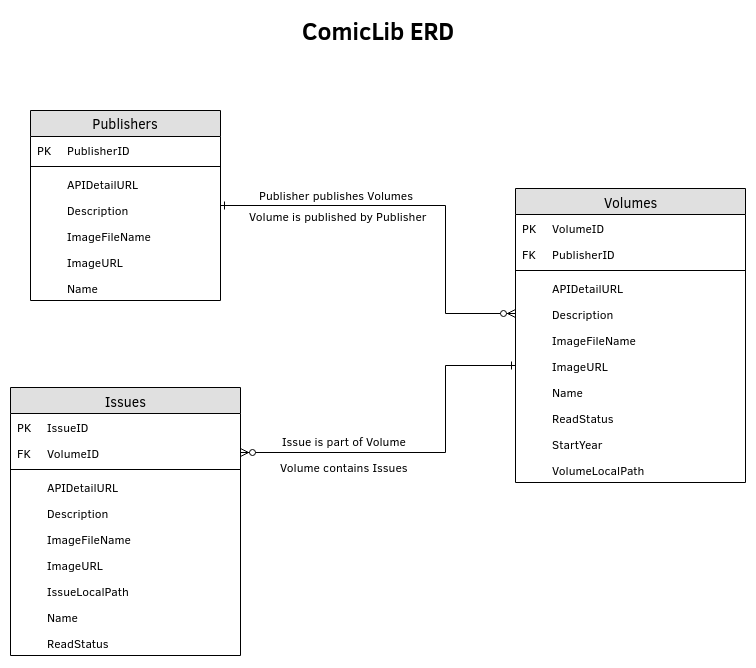
Above: Documentation/ERD.png in ahahn94/ComicLib (draw.io), before the change. Source tidied: cells renumbered, new cells last; positions are measured from the earlier drawing's top-left corner, leaving out a move shared by most shapes. The source it was exported from:
```xml
<mxGraphModel background="#ffffff">
  <root>
    <mxCell id="0" />
    <mxCell id="1" parent="0" />
    <mxCell id="2" value="Volumes" style="swimlane;html=1;fontStyle=0;horizontal=1;startSize=26;fillColor=#e0e0e0;swimlaneFillColor=#ffffff;align=center;rounded=0;shadow=0;comic=0;labelBackgroundColor=none;strokeColor=#000000;strokeWidth=1;fontFamily=Verdana;fontSize=14;fontColor=#000000;" parent="1" vertex="1">
      <mxGeometry x="505" y="178" width="230" height="294" as="geometry" />
    </mxCell>
    <mxCell id="3" value="VolumeID" style="shape=partialRectangle;top=0;left=0;right=0;bottom=0;fillColor=none;align=left;verticalAlign=top;fillColor=none;spacingLeft=34;spacingRight=4;overflow=hidden;fontSize=12;" parent="2" vertex="1">
      <mxGeometry y="26" width="230" height="26" as="geometry" />
    </mxCell>
    <mxCell id="4" value="PK" style="shape=partialRectangle;top=0;left=0;bottom=0;right=0;fillColor=none;align=left;verticalAlign=top;spacingLeft=4;spacingRight=4;overflow=hidden;fontSize=12;" parent="3" vertex="1">
      <mxGeometry width="30" height="26" as="geometry" />
    </mxCell>
    <mxCell id="5" value="PublisherID" style="shape=partialRectangle;top=0;left=0;right=0;bottom=0;fillColor=none;align=left;verticalAlign=top;fillColor=none;spacingLeft=34;spacingRight=4;overflow=hidden;fontSize=12;" parent="2" vertex="1">
      <mxGeometry y="52" width="230" height="26" as="geometry" />
    </mxCell>
    <mxCell id="6" value="FK" style="shape=partialRectangle;top=0;left=0;bottom=0;right=0;fillColor=none;align=left;verticalAlign=top;spacingLeft=4;spacingRight=4;overflow=hidden;fontSize=12;" parent="5" vertex="1">
      <mxGeometry width="30" height="26" as="geometry" />
    </mxCell>
    <mxCell id="7" style="line;strokeWidth=1;fillColor=none;align=left;verticalAlign=middle;spacingTop=-1;spacingLeft=3;spacingRight=3;labelPosition=right;fontSize=12;" parent="2" vertex="1">
      <mxGeometry y="78" width="230" height="8" as="geometry" />
    </mxCell>
    <mxCell id="8" value="APIDetailURL&#10;" style="shape=partialRectangle;top=0;left=0;right=0;bottom=0;align=left;verticalAlign=top;fillColor=none;spacingLeft=34;spacingRight=4;overflow=hidden;fontSize=12;" parent="2" vertex="1">
      <mxGeometry y="86" width="230" height="26" as="geometry" />
    </mxCell>
    <mxCell id="9" style="shape=partialRectangle;top=0;left=0;bottom=0;right=0;fillColor=none;align=left;verticalAlign=top;spacingLeft=4;spacingRight=4;overflow=hidden;fontSize=12;" parent="8" vertex="1">
      <mxGeometry width="30" height="26" as="geometry" />
    </mxCell>
    <mxCell id="10" value="Description" style="shape=partialRectangle;top=0;left=0;right=0;bottom=0;align=left;verticalAlign=top;fillColor=none;spacingLeft=34;spacingRight=4;overflow=hidden;points=[[0,0.5],[1,0.5]];portConstraint=eastwest;fontSize=12;" parent="2" vertex="1">
      <mxGeometry y="112" width="230" height="26" as="geometry" />
    </mxCell>
    <mxCell id="11" style="shape=partialRectangle;top=0;left=0;bottom=0;right=0;fillColor=none;align=left;verticalAlign=top;spacingLeft=4;spacingRight=4;overflow=hidden;fontSize=12;" parent="10" vertex="1">
      <mxGeometry width="30" height="26" as="geometry" />
    </mxCell>
    <mxCell id="12" value="ImageFileName" style="shape=partialRectangle;top=0;left=0;right=0;bottom=0;align=left;verticalAlign=top;fillColor=none;spacingLeft=34;spacingRight=4;overflow=hidden;fontSize=12;" parent="2" vertex="1">
      <mxGeometry y="138" width="230" height="26" as="geometry" />
    </mxCell>
    <mxCell id="13" style="shape=partialRectangle;top=0;left=0;bottom=0;right=0;fillColor=none;align=left;verticalAlign=top;spacingLeft=4;spacingRight=4;overflow=hidden;fontSize=12;" parent="12" vertex="1">
      <mxGeometry width="30" height="26" as="geometry" />
    </mxCell>
    <mxCell id="14" value="ImageURL" style="shape=partialRectangle;top=0;left=0;right=0;bottom=0;align=left;verticalAlign=top;fillColor=none;spacingLeft=34;spacingRight=4;overflow=hidden;points=[[0,0.5],[1,0.5]];portConstraint=eastwest;fontSize=12;" parent="2" vertex="1">
      <mxGeometry y="164" width="230" height="26" as="geometry" />
    </mxCell>
    <mxCell id="15" style="shape=partialRectangle;top=0;left=0;bottom=0;right=0;fillColor=none;align=left;verticalAlign=top;spacingLeft=4;spacingRight=4;overflow=hidden;fontSize=12;" parent="14" vertex="1">
      <mxGeometry width="30" height="26" as="geometry" />
    </mxCell>
    <mxCell id="16" value="Name" style="shape=partialRectangle;top=0;left=0;right=0;bottom=0;align=left;verticalAlign=top;fillColor=none;spacingLeft=34;spacingRight=4;overflow=hidden;fontSize=12;" parent="2" vertex="1">
      <mxGeometry y="190" width="230" height="26" as="geometry" />
    </mxCell>
    <mxCell id="17" style="shape=partialRectangle;top=0;left=0;bottom=0;right=0;fillColor=none;align=left;verticalAlign=top;spacingLeft=4;spacingRight=4;overflow=hidden;fontSize=12;" parent="16" vertex="1">
      <mxGeometry width="30" height="26" as="geometry" />
    </mxCell>
    <mxCell id="18" value="ReadStatus" style="shape=partialRectangle;top=0;left=0;right=0;bottom=0;align=left;verticalAlign=top;fillColor=none;spacingLeft=34;spacingRight=4;overflow=hidden;fontSize=12;" parent="2" vertex="1">
      <mxGeometry y="216" width="230" height="26" as="geometry" />
    </mxCell>
    <mxCell id="19" style="shape=partialRectangle;top=0;left=0;bottom=0;right=0;fillColor=none;align=left;verticalAlign=top;spacingLeft=4;spacingRight=4;overflow=hidden;fontSize=12;" parent="18" vertex="1">
      <mxGeometry width="30" height="26" as="geometry" />
    </mxCell>
    <mxCell id="20" value="StartYear" style="shape=partialRectangle;top=0;left=0;right=0;bottom=0;align=left;verticalAlign=top;fillColor=none;spacingLeft=34;spacingRight=4;overflow=hidden;fontSize=12;" parent="2" vertex="1">
      <mxGeometry y="242" width="230" height="26" as="geometry" />
    </mxCell>
    <mxCell id="21" style="shape=partialRectangle;top=0;left=0;bottom=0;right=0;fillColor=none;align=left;verticalAlign=top;spacingLeft=4;spacingRight=4;overflow=hidden;fontSize=12;" parent="20" vertex="1">
      <mxGeometry width="30" height="26" as="geometry" />
    </mxCell>
    <mxCell id="22" value="VolumeLocalPath" style="shape=partialRectangle;top=0;left=0;right=0;bottom=0;align=left;verticalAlign=top;fillColor=none;spacingLeft=34;spacingRight=4;overflow=hidden;fontSize=12;" parent="2" vertex="1">
      <mxGeometry y="268" width="230" height="26" as="geometry" />
    </mxCell>
    <mxCell id="23" style="shape=partialRectangle;top=0;left=0;bottom=0;right=0;fillColor=none;align=left;verticalAlign=top;spacingLeft=4;spacingRight=4;overflow=hidden;fontSize=12;" parent="22" vertex="1">
      <mxGeometry width="30" height="26" as="geometry" />
    </mxCell>
    <mxCell id="24" style="edgeStyle=orthogonalEdgeStyle;rounded=0;jettySize=auto;html=1;entryX=0;entryY=0.5;entryDx=0;entryDy=0;startArrow=ERone;startFill=0;endArrow=ERzeroToMany;endFill=1;" parent="1" edge="1" source="27" target="10">
      <mxGeometry relative="1" as="geometry">
        <Array as="points">
          <mxPoint x="435" y="195" />
          <mxPoint x="435" y="303" />
        </Array>
      </mxGeometry>
    </mxCell>
    <mxCell id="25" value="Volume is published by Publisher" style="text;html=1;align=center;verticalAlign=middle;labelBackgroundColor=#ffffff;" parent="24" vertex="1">
      <mxGeometry x="-0.57" relative="1" as="geometry">
        <mxPoint x="30" y="9" as="offset" />
      </mxGeometry>
    </mxCell>
    <mxCell id="26" value="Publisher publishes Volumes" style="text;html=1;align=center;verticalAlign=middle;labelBackgroundColor=#ffffff;" parent="24" vertex="1">
      <mxGeometry x="0.34" y="-1" relative="1" as="geometry">
        <mxPoint x="-109" y="-56" as="offset" />
      </mxGeometry>
    </mxCell>
    <mxCell id="27" value="Publishers" style="swimlane;fontStyle=0;horizontal=1;startSize=26;fillColor=#e0e0e0;swimlaneFillColor=#ffffff;align=center;fontSize=14;" parent="1" vertex="1">
      <mxGeometry x="20" y="100" width="190" height="190" as="geometry" />
    </mxCell>
    <mxCell id="28" value="PublisherID" style="shape=partialRectangle;top=0;left=0;right=0;bottom=0;fillColor=none;align=left;verticalAlign=top;fillColor=none;spacingLeft=34;spacingRight=4;overflow=hidden;fontSize=12;" parent="27" vertex="1">
      <mxGeometry y="26" width="190" height="26" as="geometry" />
    </mxCell>
    <mxCell id="29" value="PK" style="shape=partialRectangle;top=0;left=0;bottom=0;right=0;fillColor=none;align=left;verticalAlign=top;spacingLeft=4;spacingRight=4;overflow=hidden;fontSize=12;" parent="28" vertex="1">
      <mxGeometry width="30" height="26" as="geometry" />
    </mxCell>
    <mxCell id="30" style="line;strokeWidth=1;fillColor=none;align=left;verticalAlign=middle;spacingTop=-1;spacingLeft=3;spacingRight=3;labelPosition=right;fontSize=12;" parent="27" vertex="1">
      <mxGeometry y="52" width="190" height="8" as="geometry" />
    </mxCell>
    <mxCell id="31" value="APIDetailURL&#10;" style="shape=partialRectangle;top=0;left=0;right=0;bottom=0;align=left;verticalAlign=top;fillColor=none;spacingLeft=34;spacingRight=4;overflow=hidden;fontSize=12;" parent="27" vertex="1">
      <mxGeometry y="60" width="190" height="26" as="geometry" />
    </mxCell>
    <mxCell id="32" style="shape=partialRectangle;top=0;left=0;bottom=0;right=0;fillColor=none;align=left;verticalAlign=top;spacingLeft=4;spacingRight=4;overflow=hidden;fontSize=12;" parent="31" vertex="1">
      <mxGeometry width="30" height="26" as="geometry" />
    </mxCell>
    <mxCell id="33" value="Description" style="shape=partialRectangle;top=0;left=0;right=0;bottom=0;align=left;verticalAlign=top;fillColor=none;spacingLeft=34;spacingRight=4;overflow=hidden;fontSize=12;" parent="27" vertex="1">
      <mxGeometry y="86" width="190" height="26" as="geometry" />
    </mxCell>
    <mxCell id="34" style="shape=partialRectangle;top=0;left=0;bottom=0;right=0;fillColor=none;align=left;verticalAlign=top;spacingLeft=4;spacingRight=4;overflow=hidden;fontSize=12;" parent="33" vertex="1">
      <mxGeometry width="30" height="26" as="geometry" />
    </mxCell>
    <mxCell id="35" value="ImageFileName" style="shape=partialRectangle;top=0;left=0;right=0;bottom=0;align=left;verticalAlign=top;fillColor=none;spacingLeft=34;spacingRight=4;overflow=hidden;fontSize=12;" parent="27" vertex="1">
      <mxGeometry y="112" width="190" height="26" as="geometry" />
    </mxCell>
    <mxCell id="36" style="shape=partialRectangle;top=0;left=0;bottom=0;right=0;fillColor=none;align=left;verticalAlign=top;spacingLeft=4;spacingRight=4;overflow=hidden;fontSize=12;" parent="35" vertex="1">
      <mxGeometry width="30" height="26" as="geometry" />
    </mxCell>
    <mxCell id="37" value="ImageURL" style="shape=partialRectangle;top=0;left=0;right=0;bottom=0;align=left;verticalAlign=top;fillColor=none;spacingLeft=34;spacingRight=4;overflow=hidden;fontSize=12;" parent="27" vertex="1">
      <mxGeometry y="138" width="190" height="26" as="geometry" />
    </mxCell>
    <mxCell id="38" style="shape=partialRectangle;top=0;left=0;bottom=0;right=0;fillColor=none;align=left;verticalAlign=top;spacingLeft=4;spacingRight=4;overflow=hidden;fontSize=12;" parent="37" vertex="1">
      <mxGeometry width="30" height="26" as="geometry" />
    </mxCell>
    <mxCell id="39" value="Name" style="shape=partialRectangle;top=0;left=0;right=0;bottom=0;align=left;verticalAlign=top;fillColor=none;spacingLeft=34;spacingRight=4;overflow=hidden;fontSize=12;" parent="27" vertex="1">
      <mxGeometry y="164" width="190" height="26" as="geometry" />
    </mxCell>
    <mxCell id="40" style="shape=partialRectangle;top=0;left=0;bottom=0;right=0;fillColor=none;align=left;verticalAlign=top;spacingLeft=4;spacingRight=4;overflow=hidden;fontSize=12;" parent="39" vertex="1">
      <mxGeometry width="30" height="26" as="geometry" />
    </mxCell>
    <mxCell id="41" value="Issues" style="swimlane;html=1;fontStyle=0;horizontal=1;startSize=26;fillColor=#e0e0e0;swimlaneFillColor=#ffffff;align=center;rounded=0;shadow=0;comic=0;labelBackgroundColor=none;strokeColor=#000000;strokeWidth=1;fontFamily=Verdana;fontSize=14;fontColor=#000000;" parent="1" vertex="1">
      <mxGeometry y="377" width="230" height="268" as="geometry" />
    </mxCell>
    <mxCell id="42" value="IssueID" style="shape=partialRectangle;top=0;left=0;right=0;bottom=0;fillColor=none;align=left;verticalAlign=top;fillColor=none;spacingLeft=34;spacingRight=4;overflow=hidden;fontSize=12;" parent="41" vertex="1">
      <mxGeometry y="26" width="230" height="26" as="geometry" />
    </mxCell>
    <mxCell id="43" value="PK" style="shape=partialRectangle;top=0;left=0;bottom=0;right=0;fillColor=none;align=left;verticalAlign=top;spacingLeft=4;spacingRight=4;overflow=hidden;fontSize=12;" parent="42" vertex="1">
      <mxGeometry width="30" height="26" as="geometry" />
    </mxCell>
    <mxCell id="44" value="VolumeID" style="shape=partialRectangle;top=0;left=0;right=0;bottom=0;fillColor=none;align=left;verticalAlign=top;fillColor=none;spacingLeft=34;spacingRight=4;overflow=hidden;points=[[0,0.5],[1,0.5]];portConstraint=eastwest;fontSize=12;" parent="41" vertex="1">
      <mxGeometry y="52" width="230" height="26" as="geometry" />
    </mxCell>
    <mxCell id="45" value="FK" style="shape=partialRectangle;top=0;left=0;bottom=0;right=0;fillColor=none;align=left;verticalAlign=top;spacingLeft=4;spacingRight=4;overflow=hidden;fontSize=12;" parent="44" vertex="1">
      <mxGeometry width="30" height="26" as="geometry" />
    </mxCell>
    <mxCell id="46" style="line;strokeWidth=1;fillColor=none;align=left;verticalAlign=middle;spacingTop=-1;spacingLeft=3;spacingRight=3;labelPosition=right;fontSize=12;" parent="41" vertex="1">
      <mxGeometry y="78" width="230" height="8" as="geometry" />
    </mxCell>
    <mxCell id="47" value="APIDetailURL&#10;" style="shape=partialRectangle;top=0;left=0;right=0;bottom=0;align=left;verticalAlign=top;fillColor=none;spacingLeft=34;spacingRight=4;overflow=hidden;fontSize=12;" parent="41" vertex="1">
      <mxGeometry y="86" width="230" height="26" as="geometry" />
    </mxCell>
    <mxCell id="48" style="shape=partialRectangle;top=0;left=0;bottom=0;right=0;fillColor=none;align=left;verticalAlign=top;spacingLeft=4;spacingRight=4;overflow=hidden;fontSize=12;" parent="47" vertex="1">
      <mxGeometry width="30" height="26" as="geometry" />
    </mxCell>
    <mxCell id="49" value="Description" style="shape=partialRectangle;top=0;left=0;right=0;bottom=0;align=left;verticalAlign=top;fillColor=none;spacingLeft=34;spacingRight=4;overflow=hidden;fontSize=12;" parent="41" vertex="1">
      <mxGeometry y="112" width="230" height="26" as="geometry" />
    </mxCell>
    <mxCell id="50" style="shape=partialRectangle;top=0;left=0;bottom=0;right=0;fillColor=none;align=left;verticalAlign=top;spacingLeft=4;spacingRight=4;overflow=hidden;fontSize=12;" parent="49" vertex="1">
      <mxGeometry width="30" height="26" as="geometry" />
    </mxCell>
    <mxCell id="51" value="ImageFileName" style="shape=partialRectangle;top=0;left=0;right=0;bottom=0;align=left;verticalAlign=top;fillColor=none;spacingLeft=34;spacingRight=4;overflow=hidden;fontSize=12;" parent="41" vertex="1">
      <mxGeometry y="138" width="230" height="26" as="geometry" />
    </mxCell>
    <mxCell id="52" style="shape=partialRectangle;top=0;left=0;bottom=0;right=0;fillColor=none;align=left;verticalAlign=top;spacingLeft=4;spacingRight=4;overflow=hidden;fontSize=12;" parent="51" vertex="1">
      <mxGeometry width="30" height="26" as="geometry" />
    </mxCell>
    <mxCell id="53" value="ImageURL" style="shape=partialRectangle;top=0;left=0;right=0;bottom=0;align=left;verticalAlign=top;fillColor=none;spacingLeft=34;spacingRight=4;overflow=hidden;fontSize=12;" parent="41" vertex="1">
      <mxGeometry y="164" width="230" height="26" as="geometry" />
    </mxCell>
    <mxCell id="54" style="shape=partialRectangle;top=0;left=0;bottom=0;right=0;fillColor=none;align=left;verticalAlign=top;spacingLeft=4;spacingRight=4;overflow=hidden;fontSize=12;" parent="53" vertex="1">
      <mxGeometry width="30" height="26" as="geometry" />
    </mxCell>
    <mxCell id="55" value="IssueLocalPath" style="shape=partialRectangle;top=0;left=0;right=0;bottom=0;align=left;verticalAlign=top;fillColor=none;spacingLeft=34;spacingRight=4;overflow=hidden;fontSize=12;" parent="41" vertex="1">
      <mxGeometry y="190" width="230" height="26" as="geometry" />
    </mxCell>
    <mxCell id="56" style="shape=partialRectangle;top=0;left=0;bottom=0;right=0;fillColor=none;align=left;verticalAlign=top;spacingLeft=4;spacingRight=4;overflow=hidden;fontSize=12;" parent="55" vertex="1">
      <mxGeometry width="30" height="26" as="geometry" />
    </mxCell>
    <mxCell id="57" value="Name" style="shape=partialRectangle;top=0;left=0;right=0;bottom=0;align=left;verticalAlign=top;fillColor=none;spacingLeft=34;spacingRight=4;overflow=hidden;fontSize=12;" parent="41" vertex="1">
      <mxGeometry y="216" width="230" height="26" as="geometry" />
    </mxCell>
    <mxCell id="58" style="shape=partialRectangle;top=0;left=0;bottom=0;right=0;fillColor=none;align=left;verticalAlign=top;spacingLeft=4;spacingRight=4;overflow=hidden;fontSize=12;" parent="57" vertex="1">
      <mxGeometry width="30" height="26" as="geometry" />
    </mxCell>
    <mxCell id="59" value="ReadStatus" style="shape=partialRectangle;top=0;left=0;right=0;bottom=0;align=left;verticalAlign=top;fillColor=none;spacingLeft=34;spacingRight=4;overflow=hidden;fontSize=12;" parent="41" vertex="1">
      <mxGeometry y="242" width="230" height="26" as="geometry" />
    </mxCell>
    <mxCell id="60" style="shape=partialRectangle;top=0;left=0;bottom=0;right=0;fillColor=none;align=left;verticalAlign=top;spacingLeft=4;spacingRight=4;overflow=hidden;fontSize=12;" parent="59" vertex="1">
      <mxGeometry width="30" height="26" as="geometry" />
    </mxCell>
    <mxCell id="61" style="edgeStyle=orthogonalEdgeStyle;rounded=0;jettySize=auto;html=1;entryX=0;entryY=0.5;entryDx=0;entryDy=0;startArrow=ERzeroToMany;startFill=1;endArrow=ERone;endFill=0;" parent="1" edge="1" source="44" target="14">
      <mxGeometry relative="1" as="geometry">
        <Array as="points">
          <mxPoint x="435" y="442" />
          <mxPoint x="435" y="355" />
        </Array>
      </mxGeometry>
    </mxCell>
    <mxCell id="62" value="Volume contains Issues" style="text;html=1;align=center;verticalAlign=middle;labelBackgroundColor=#ffffff;" parent="61" vertex="1">
      <mxGeometry x="-0.45" y="-1" relative="1" as="geometry">
        <mxPoint x="4" y="12" as="offset" />
      </mxGeometry>
    </mxCell>
    <mxCell id="63" value="Issue is part of Volume" style="text;html=1;align=center;verticalAlign=middle;labelBackgroundColor=#ffffff;" parent="61" vertex="1">
      <mxGeometry x="-0.56" relative="1" as="geometry">
        <mxPoint x="23" y="-13" as="offset" />
      </mxGeometry>
    </mxCell>
    <mxCell id="64" value="ComicLib ERD" style="text;strokeColor=none;fillColor=none;html=1;fontSize=24;fontStyle=1;verticalAlign=middle;align=center;" parent="1" vertex="1">
      <mxGeometry x="318" width="100" height="40" as="geometry" />
    </mxCell>
  </root>
</mxGraphModel>
```
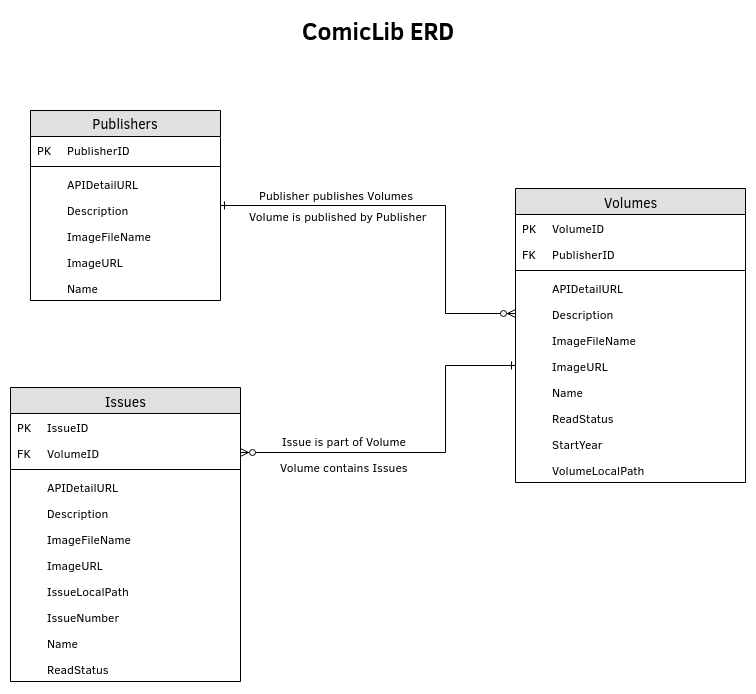
The same diagram one commit later.

Commit message:
Update ERD To Include Issues.IssueID

Update ERD to include Issues.IssueID, as it was not yet included but is
needed for matching the comic files to the issues from the ComicVine API.

Change to the diagram source:
```diff
@@ -129,7 +129,7 @@
       <mxGeometry width="30" height="26" as="geometry" />
     </mxCell>
     <mxCell id="41" value="Issues" style="swimlane;html=1;fontStyle=0;horizontal=1;startSize=26;fillColor=#e0e0e0;swimlaneFillColor=#ffffff;align=center;rounded=0;shadow=0;comic=0;labelBackgroundColor=none;strokeColor=#000000;strokeWidth=1;fontFamily=Verdana;fontSize=14;fontColor=#000000;" parent="1" vertex="1">
-      <mxGeometry y="377" width="230" height="268" as="geometry" />
+      <mxGeometry y="377" width="230" height="294" as="geometry" />
     </mxCell>
     <mxCell id="42" value="IssueID" style="shape=partialRectangle;top=0;left=0;right=0;bottom=0;fillColor=none;align=left;verticalAlign=top;fillColor=none;spacingLeft=34;spacingRight=4;overflow=hidden;fontSize=12;" parent="41" vertex="1">
       <mxGeometry y="26" width="230" height="26" as="geometry" />
@@ -176,14 +176,20 @@
     <mxCell id="56" style="shape=partialRectangle;top=0;left=0;bottom=0;right=0;fillColor=none;align=left;verticalAlign=top;spacingLeft=4;spacingRight=4;overflow=hidden;fontSize=12;" parent="55" vertex="1">
       <mxGeometry width="30" height="26" as="geometry" />
     </mxCell>
+    <mxCell id="65" value="IssueNumber" style="shape=partialRectangle;top=0;left=0;right=0;bottom=0;align=left;verticalAlign=top;fillColor=none;spacingLeft=34;spacingRight=4;overflow=hidden;fontSize=12;" parent="41" vertex="1">
+      <mxGeometry y="216" width="230" height="26" as="geometry" />
+    </mxCell>
+    <mxCell id="66" style="shape=partialRectangle;top=0;left=0;bottom=0;right=0;fillColor=none;align=left;verticalAlign=top;spacingLeft=4;spacingRight=4;overflow=hidden;fontSize=12;" parent="65" vertex="1">
+      <mxGeometry width="30" height="26" as="geometry" />
+    </mxCell>
     <mxCell id="57" value="Name" style="shape=partialRectangle;top=0;left=0;right=0;bottom=0;align=left;verticalAlign=top;fillColor=none;spacingLeft=34;spacingRight=4;overflow=hidden;fontSize=12;" parent="41" vertex="1">
-      <mxGeometry y="216" width="230" height="26" as="geometry" />
+      <mxGeometry y="242" width="230" height="26" as="geometry" />
     </mxCell>
     <mxCell id="58" style="shape=partialRectangle;top=0;left=0;bottom=0;right=0;fillColor=none;align=left;verticalAlign=top;spacingLeft=4;spacingRight=4;overflow=hidden;fontSize=12;" parent="57" vertex="1">
       <mxGeometry width="30" height="26" as="geometry" />
     </mxCell>
     <mxCell id="59" value="ReadStatus" style="shape=partialRectangle;top=0;left=0;right=0;bottom=0;align=left;verticalAlign=top;fillColor=none;spacingLeft=34;spacingRight=4;overflow=hidden;fontSize=12;" parent="41" vertex="1">
-      <mxGeometry y="242" width="230" height="26" as="geometry" />
+      <mxGeometry y="268" width="230" height="26" as="geometry" />
     </mxCell>
     <mxCell id="60" style="shape=partialRectangle;top=0;left=0;bottom=0;right=0;fillColor=none;align=left;verticalAlign=top;spacingLeft=4;spacingRight=4;overflow=hidden;fontSize=12;" parent="59" vertex="1">
       <mxGeometry width="30" height="26" as="geometry" />
```
